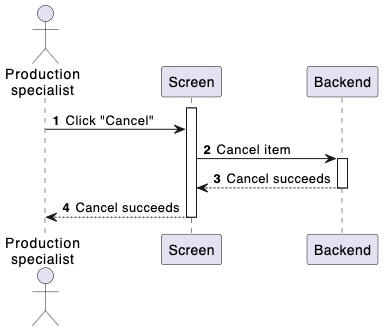
Above: sequences/production-order-complete.png in phihungha/scmss-reqs (PlantUML), before the change. Its source is kept beside it as activities/production-order-complete.plantuml. Its diagram source:
```plantuml
@startuml production-order-cancel
|u|User
|s|System

|u|
start
:(1) Click "Complete";

|s|
:(2) Complete Production Order;
stop
@enduml
```
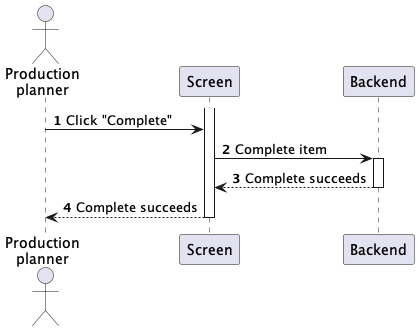
The same diagram one commit later.

Diff of the diagram source:
```diff
@@ -1,4 +1,4 @@
-@startuml production-order-cancel
+@startuml production-order-complete
 |u|User
 |s|System
 
```
